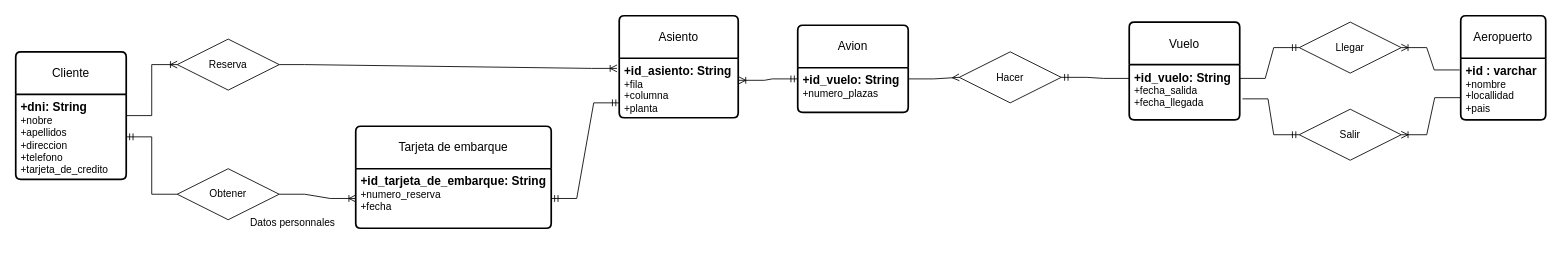
The draw.io diagram ejercicio8.drawio in AsierGArranz/aga-sru-sa-t-UD12DiagramaER-11102023, before the edit. Source tidied: cells renumbered, new cells numbered last; positions are measured from the earlier drawing's top-left corner, leaving out a move shared by most shapes. Both pictures are drawn from the tidied source at 85%, with x=0, y=0 at pixel (15, 15).
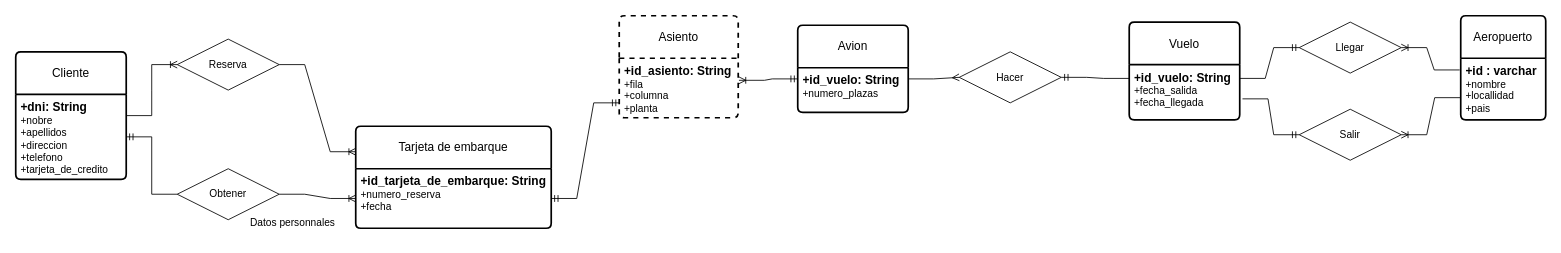
The same diagram, later.

Unchanged cells that the change refers to:
```xml
<mxCell id="6" value="Tarjeta de embarque" style="swimlane;horizontal=1;startSize=50;rounded=1;fontSize=14;fontStyle=0;strokeWidth=2;shadow=0;dashed=0;align=center;arcSize=4;whiteSpace=wrap;html=1;" parent="1" vertex="1">
  <mxGeometry x="400" y="130" width="230" height="120" as="geometry" />
</mxCell>
<mxCell id="8" value="Reserva" style="shape=rhombus;perimeter=rhombusPerimeter;whiteSpace=wrap;html=1;align=center;" parent="1" vertex="1">
  <mxGeometry x="190" y="27.5" width="120" height="60" as="geometry" />
</mxCell>
<mxCell id="14" value="&lt;font style=&quot;font-size: 14px;&quot;&gt;&lt;b&gt;+id_asiento: String&lt;/b&gt;&lt;/font&gt;&lt;br&gt;+fila&lt;br&gt;+columna&lt;br&gt;+planta" style="align=left;strokeColor=none;fillColor=none;spacingLeft=4;fontSize=12;verticalAlign=top;html=1;" parent="13" vertex="1">
  <mxGeometry y="50" width="140" height="70" as="geometry" />
</mxCell>
```

Diff of the diagram source:
```diff
@@
-    <mxCell id="11" style="edgeStyle=entityRelationEdgeStyle;fontSize=12;html=1;endArrow=ERoneToMany;rounded=0;exitX=1;exitY=0.5;exitDx=0;exitDy=0;entryX=-0.019;entryY=0.171;entryDx=0;entryDy=0;entryPerimeter=0;" parent="1" edge="1" source="8" target="14">
+    <mxCell id="11" style="edgeStyle=entityRelationEdgeStyle;fontSize=12;html=1;endArrow=ERoneToMany;rounded=0;exitX=1;exitY=0.5;exitDx=0;exitDy=0;entryX=0;entryY=0.25;entryDx=0;entryDy=0;" parent="1" edge="1" source="8" target="6">
       <mxGeometry relative="1" as="geometry" />
     </mxCell>
@@
-    <mxCell id="13" value="Asiento" style="swimlane;horizontal=1;startSize=50;rounded=1;fontSize=14;fontStyle=0;strokeWidth=2;shadow=0;dashed=0;align=center;arcSize=4;whiteSpace=wrap;html=1;" parent="1" vertex="1">
+    <mxCell id="13" value="Asiento" style="swimlane;horizontal=1;startSize=50;rounded=1;fontSize=14;fontStyle=0;strokeWidth=2;shadow=0;dashed=1;align=center;arcSize=4;whiteSpace=wrap;html=1;" parent="1" vertex="1">
       <mxGeometry x="710" width="140" height="120" as="geometry" />
     </mxCell>
```
